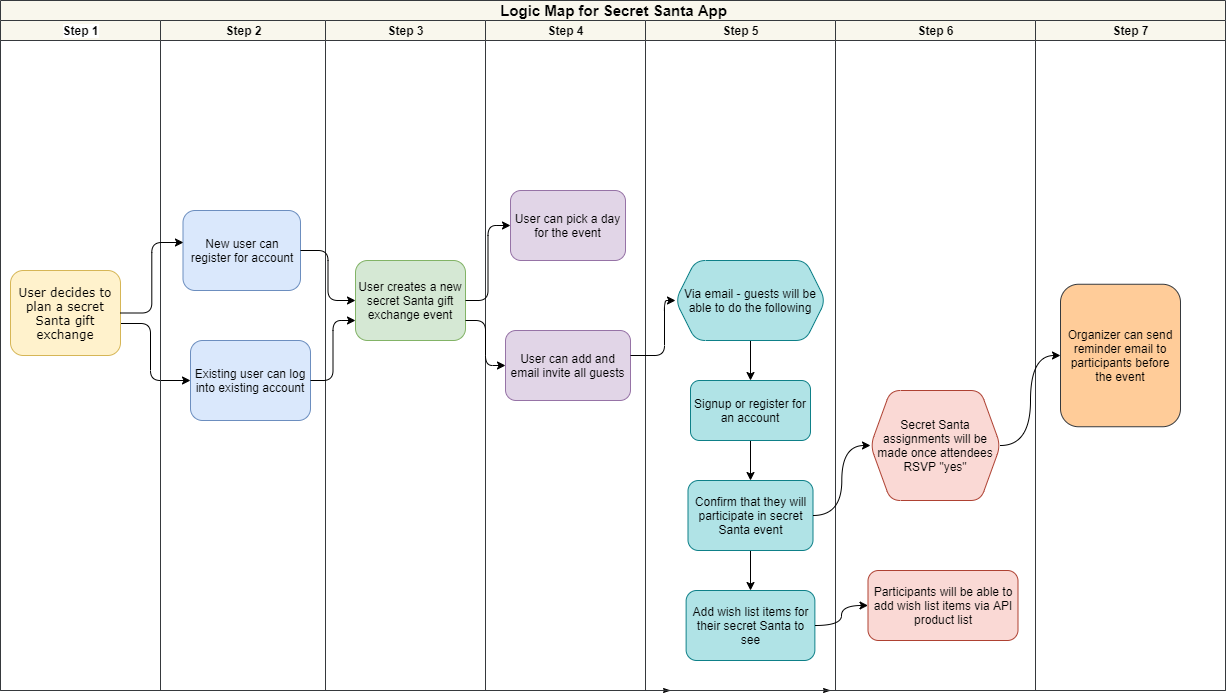
Before: imgs/readme/conceptMap.png, a diagram exported from draw.io (Holiday-Secret-Santa/Secret-Santa-App). Source tidied: cells renumbered, new cells last; positions are measured from the earlier drawing's top-left corner, leaving out a move shared by most shapes. Its diagram source:
```xml
<mxGraphModel background="#ffffff">
  <root>
    <mxCell id="0" />
    <mxCell id="1" parent="0" />
    <mxCell id="2" style="edgeStyle=orthogonalEdgeStyle;rounded=1;jettySize=auto;html=1;entryX=0;entryY=0.5;entryDx=0;entryDy=0;" parent="1" edge="1" target="10">
      <mxGeometry relative="1" as="geometry">
        <mxPoint x="110" y="323" as="sourcePoint" />
      </mxGeometry>
    </mxCell>
    <mxCell id="3" value="&lt;div style=&quot;text-align: left&quot;&gt;&lt;span style=&quot;font-size: 15px ; font-family: &amp;#34;helvetica&amp;#34;&quot;&gt;Logic Map for Secret Santa App&lt;/span&gt;&lt;br&gt;&lt;/div&gt;" style="swimlane;html=1;startSize=20;rounded=0;shadow=0;labelBackgroundColor=none;strokeWidth=1;fontFamily=Helvetica;fontSize=8;align=center;fillColor=#f9f7ed;strokeColor=#36393d;" parent="1" vertex="1">
      <mxGeometry width="1225" height="690" as="geometry" />
    </mxCell>
    <mxCell id="4" value="Step 1" style="swimlane;html=1;startSize=20;labelBackgroundColor=#ffffff;fillColor=#f9f7ed;strokeColor=#36393d;" parent="3" vertex="1">
      <mxGeometry y="20" width="160" height="670" as="geometry" />
    </mxCell>
    <mxCell id="5" value="&lt;font style=&quot;font-size: 12px&quot;&gt;User decides to plan a secret Santa gift exchange&lt;/font&gt;" style="rounded=1;whiteSpace=wrap;html=1;shadow=0;labelBackgroundColor=none;strokeWidth=1;fontFamily=Verdana;fontSize=8;align=center;fillColor=#fff2cc;strokeColor=#d6b656;" parent="4" vertex="1">
      <mxGeometry x="10" y="250" width="110" height="85" as="geometry" />
    </mxCell>
    <mxCell id="6" style="endArrow=classic;html=1;entryX=0.004;entryY=0.65;entryDx=0;entryDy=0;entryPerimeter=0;strokeColor=none;" parent="4" edge="1" target="10">
      <mxGeometry relative="1" as="geometry">
        <mxPoint x="120" y="300" as="sourcePoint" />
      </mxGeometry>
    </mxCell>
    <mxCell id="7" style="edgeStyle=orthogonalEdgeStyle;rounded=1;html=1;labelBackgroundColor=none;startArrow=none;startFill=0;startSize=5;endArrow=classicThin;endFill=1;endSize=5;jettySize=auto;orthogonalLoop=1;strokeWidth=1;fontFamily=Verdana;fontSize=8;" parent="3" edge="1">
      <mxGeometry relative="1" as="geometry">
        <mxPoint x="600" y="690" as="sourcePoint" />
        <mxPoint x="670" y="690" as="targetPoint" />
      </mxGeometry>
    </mxCell>
    <mxCell id="8" style="edgeStyle=orthogonalEdgeStyle;rounded=1;html=1;labelBackgroundColor=none;startArrow=none;startFill=0;startSize=5;endArrow=classicThin;endFill=1;endSize=5;jettySize=auto;orthogonalLoop=1;strokeWidth=1;fontFamily=Verdana;fontSize=8;" parent="3" edge="1">
      <mxGeometry relative="1" as="geometry">
        <mxPoint x="770" y="690" as="sourcePoint" />
        <mxPoint x="830" y="690" as="targetPoint" />
      </mxGeometry>
    </mxCell>
    <mxCell id="9" value="Step 2" style="swimlane;html=1;startSize=20;fillColor=#f9f7ed;strokeColor=#36393d;" parent="3" vertex="1">
      <mxGeometry x="160" y="20" width="165" height="670" as="geometry" />
    </mxCell>
    <mxCell id="10" value="Existing user can log into existing account" style="whiteSpace=wrap;html=1;rounded=1;shadow=0;fontFamily=Helvetica;fontSize=12;strokeWidth=1;fillColor=#dae8fc;strokeColor=#6c8ebf;" parent="9" vertex="1">
      <mxGeometry x="30" y="320" width="120" height="80" as="geometry" />
    </mxCell>
    <mxCell id="11" value="New user can register for account" style="rounded=1;whiteSpace=wrap;html=1;fillColor=#dae8fc;strokeColor=#6c8ebf;" parent="9" vertex="1">
      <mxGeometry x="22.5" y="190" width="117.5" height="80" as="geometry" />
    </mxCell>
    <mxCell id="12" value="Step 3" style="swimlane;html=1;startSize=20;fillColor=#f9f7ed;strokeColor=#36393d;" parent="3" vertex="1">
      <mxGeometry x="325" y="20" width="160" height="670" as="geometry" />
    </mxCell>
    <mxCell id="13" value="User creates a new secret Santa gift exchange event" style="rounded=1;whiteSpace=wrap;html=1;shadow=0;labelBackgroundColor=none;strokeWidth=1;fontFamily=Helvetica;fontSize=12;align=center;fillColor=#d5e8d4;strokeColor=#82b366;" parent="12" vertex="1">
      <mxGeometry x="30" y="240" width="110" height="80" as="geometry" />
    </mxCell>
    <mxCell id="14" value="Step 4" style="swimlane;html=1;startSize=20;fillColor=#f9f7ed;strokeColor=#36393d;" parent="3" vertex="1">
      <mxGeometry x="485" y="20" width="160" height="670" as="geometry" />
    </mxCell>
    <mxCell id="15" value="&lt;font face=&quot;Helvetica&quot; style=&quot;font-size: 12px&quot;&gt;User can pick a day for the event&lt;/font&gt;" style="rounded=1;whiteSpace=wrap;html=1;shadow=0;labelBackgroundColor=none;strokeWidth=1;fontFamily=Verdana;fontSize=8;align=center;fillColor=#e1d5e7;strokeColor=#9673a6;" parent="14" vertex="1">
      <mxGeometry x="25" y="170" width="115" height="70" as="geometry" />
    </mxCell>
    <mxCell id="16" value="&lt;font face=&quot;Helvetica&quot; style=&quot;font-size: 12px&quot;&gt;User can add and email invite all guests&lt;/font&gt;" style="rounded=1;whiteSpace=wrap;html=1;shadow=0;labelBackgroundColor=none;strokeWidth=1;fontFamily=Verdana;fontSize=8;align=center;fillColor=#e1d5e7;strokeColor=#9673a6;" parent="14" vertex="1">
      <mxGeometry x="20" y="310" width="125" height="70" as="geometry" />
    </mxCell>
    <mxCell id="17" value="Step 5" style="swimlane;html=1;startSize=20;fillColor=#f9f7ed;strokeColor=#36393d;" parent="3" vertex="1">
      <mxGeometry x="645" y="20" width="190" height="670" as="geometry" />
    </mxCell>
    <mxCell id="18" style="edgeStyle=orthogonalEdgeStyle;rounded=1;jettySize=auto;html=1;entryX=0;entryY=0.5;entryDx=0;entryDy=0;exitX=1;exitY=0.5;exitDx=0;exitDy=0;" parent="17" edge="1" target="23">
      <mxGeometry relative="1" as="geometry">
        <mxPoint x="-15" y="335" as="sourcePoint" />
        <Array as="points">
          <mxPoint x="19" y="335" />
          <mxPoint x="19" y="280" />
        </Array>
      </mxGeometry>
    </mxCell>
    <mxCell id="19" style="edgeStyle=orthogonalEdgeStyle;curved=1;jettySize=auto;html=1;strokeColor=#000000;fontFamily=Helvetica;fontSize=12;" parent="17" edge="1" source="23" target="22">
      <mxGeometry relative="1" as="geometry" />
    </mxCell>
    <mxCell id="20" style="edgeStyle=orthogonalEdgeStyle;curved=1;jettySize=auto;html=1;strokeColor=#000000;fontFamily=Helvetica;fontSize=12;" parent="17" edge="1" source="22" target="24">
      <mxGeometry relative="1" as="geometry" />
    </mxCell>
    <mxCell id="21" style="edgeStyle=orthogonalEdgeStyle;curved=1;jettySize=auto;html=1;strokeColor=#000000;fontFamily=Helvetica;fontSize=12;" parent="17" edge="1" source="24" target="25">
      <mxGeometry relative="1" as="geometry" />
    </mxCell>
    <mxCell id="22" value="&lt;font face=&quot;Helvetica&quot; style=&quot;font-size: 12px&quot;&gt;Signup or register for an account&lt;/font&gt;" style="whiteSpace=wrap;html=1;rounded=1;shadow=0;fontFamily=Verdana;fontSize=8;strokeWidth=1;fillColor=#b0e3e6;strokeColor=#0e8088;" parent="17" vertex="1">
      <mxGeometry x="45" y="360" width="120" height="60" as="geometry" />
    </mxCell>
    <mxCell id="23" value="&lt;font style=&quot;font-size: 12px&quot; face=&quot;Helvetica&quot;&gt;Via email - guests will be able to do the following&lt;/font&gt;" style="shape=hexagon;perimeter=hexagonPerimeter2;whiteSpace=wrap;html=1;fixedSize=1;rounded=1;shadow=0;fontFamily=Verdana;fontSize=8;strokeWidth=1;fillColor=#b0e3e6;strokeColor=#0e8088;" parent="17" vertex="1">
      <mxGeometry x="30" y="240" width="150" height="80" as="geometry" />
    </mxCell>
    <mxCell id="24" value="&lt;font style=&quot;font-size: 12px&quot; face=&quot;Helvetica&quot;&gt;Confirm that they will participate in secret Santa event&lt;/font&gt;" style="whiteSpace=wrap;html=1;rounded=1;shadow=0;fontFamily=Verdana;fontSize=8;strokeWidth=1;fillColor=#b0e3e6;strokeColor=#0e8088;" parent="17" vertex="1">
      <mxGeometry x="42.5" y="460" width="125" height="70" as="geometry" />
    </mxCell>
    <mxCell id="25" value="&lt;font style=&quot;font-size: 12px&quot; face=&quot;Helvetica&quot;&gt;Add wish list items for their secret Santa to see&lt;/font&gt;" style="whiteSpace=wrap;html=1;rounded=1;shadow=0;fontFamily=Verdana;fontSize=8;strokeWidth=1;fillColor=#b0e3e6;strokeColor=#0e8088;" parent="17" vertex="1">
      <mxGeometry x="40.6" y="570" width="128.8" height="70" as="geometry" />
    </mxCell>
    <mxCell id="26" value="Step 6" style="swimlane;html=1;startSize=20;fillColor=#f9f7ed;strokeColor=#36393d;" parent="3" vertex="1">
      <mxGeometry x="835" y="20" width="200" height="670" as="geometry" />
    </mxCell>
    <mxCell id="27" value="&lt;font face=&quot;Helvetica&quot; style=&quot;font-size: 12px&quot;&gt;Participants will be able to add wish list items via API product list&lt;/font&gt;" style="whiteSpace=wrap;html=1;rounded=1;shadow=0;fontFamily=Verdana;fontSize=8;strokeWidth=1;fillColor=#fad9d5;strokeColor=#ae4132;" parent="26" vertex="1">
      <mxGeometry x="32.5" y="550" width="150" height="70" as="geometry" />
    </mxCell>
    <mxCell id="28" value="&lt;span style=&quot;font-family: &amp;#34;helvetica&amp;#34; ; font-size: 12px&quot;&gt;Secret Santa assignments will be made once attendees RSVP &quot;yes&quot;&lt;/span&gt;" style="shape=hexagon;perimeter=hexagonPerimeter2;whiteSpace=wrap;html=1;fixedSize=1;rounded=1;shadow=0;fontFamily=Verdana;fontSize=8;strokeWidth=1;fillColor=#fad9d5;strokeColor=#ae4132;" parent="26" vertex="1">
      <mxGeometry x="35" y="370" width="130" height="110" as="geometry" />
    </mxCell>
    <mxCell id="29" value="Step 7" style="swimlane;html=1;startSize=20;fillColor=#f9f7ed;strokeColor=#36393d;" parent="3" vertex="1">
      <mxGeometry x="1035" y="20" width="190" height="670" as="geometry" />
    </mxCell>
    <mxCell id="30" value="&lt;p&gt;&lt;font style=&quot;font-size: 12px&quot; face=&quot;Helvetica&quot;&gt;Organizer can send reminder email to participants before the event&lt;/font&gt;&lt;/p&gt;" style="rectangle;whiteSpace=wrap;html=1;rounded=1;shadow=0;fontFamily=Verdana;fontSize=8;strokeWidth=1;fillColor=#ffcc99;strokeColor=#36393d;" parent="29" vertex="1">
      <mxGeometry x="25" y="263.8" width="120" height="142.5" as="geometry" />
    </mxCell>
    <mxCell id="31" style="edgeStyle=orthogonalEdgeStyle;rounded=1;jettySize=auto;html=1;entryX=0.004;entryY=0.4;entryDx=0;entryDy=0;entryPerimeter=0;" parent="3" edge="1" source="5" target="11">
      <mxGeometry relative="1" as="geometry" />
    </mxCell>
    <mxCell id="32" style="edgeStyle=orthogonalEdgeStyle;rounded=1;jettySize=auto;html=1;entryX=0;entryY=0.5;entryDx=0;entryDy=0;exitX=1;exitY=0.5;exitDx=0;exitDy=0;" parent="3" edge="1" source="11" target="13">
      <mxGeometry relative="1" as="geometry" />
    </mxCell>
    <mxCell id="33" style="edgeStyle=orthogonalEdgeStyle;rounded=1;jettySize=auto;html=1;entryX=0;entryY=0.75;entryDx=0;entryDy=0;exitX=1;exitY=0.5;exitDx=0;exitDy=0;" parent="3" edge="1" source="10" target="13">
      <mxGeometry relative="1" as="geometry" />
    </mxCell>
    <mxCell id="34" style="edgeStyle=orthogonalEdgeStyle;rounded=1;jettySize=auto;html=1;entryX=0;entryY=0.5;entryDx=0;entryDy=0;exitX=1;exitY=0.5;exitDx=0;exitDy=0;" parent="3" edge="1" source="13" target="15">
      <mxGeometry relative="1" as="geometry" />
    </mxCell>
    <mxCell id="35" style="edgeStyle=orthogonalEdgeStyle;rounded=1;jettySize=auto;html=1;entryX=0;entryY=0.5;entryDx=0;entryDy=0;exitX=1;exitY=0.75;exitDx=0;exitDy=0;" parent="3" edge="1" source="13" target="16">
      <mxGeometry relative="1" as="geometry" />
    </mxCell>
    <mxCell id="36" style="edgeStyle=orthogonalEdgeStyle;curved=1;jettySize=auto;html=1;strokeColor=#000000;fontFamily=Helvetica;fontSize=12;entryX=0;entryY=0.5;entryDx=0;entryDy=0;exitX=1;exitY=0.5;exitDx=0;exitDy=0;" parent="3" edge="1" source="24" target="28">
      <mxGeometry relative="1" as="geometry" />
    </mxCell>
    <mxCell id="37" style="edgeStyle=orthogonalEdgeStyle;curved=1;jettySize=auto;html=1;strokeColor=#000000;fontFamily=Helvetica;fontSize=12;entryX=0;entryY=0.5;entryDx=0;entryDy=0;" parent="3" edge="1" source="25" target="27">
      <mxGeometry relative="1" as="geometry" />
    </mxCell>
    <mxCell id="38" style="edgeStyle=orthogonalEdgeStyle;curved=1;jettySize=auto;html=1;strokeColor=#000000;fontFamily=Helvetica;fontSize=12;entryX=0;entryY=0.5;entryDx=0;entryDy=0;exitX=1;exitY=0.5;exitDx=0;exitDy=0;" parent="3" edge="1" source="28" target="30">
      <mxGeometry relative="1" as="geometry" />
    </mxCell>
  </root>
</mxGraphModel>
```
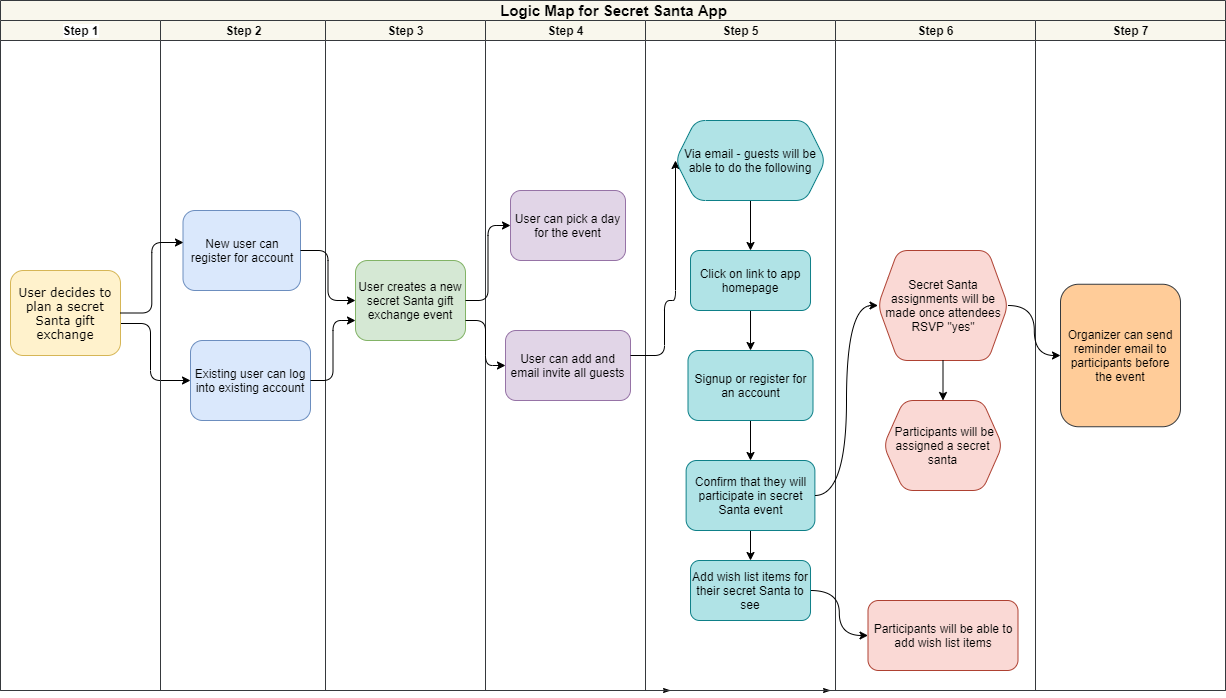
After the change.

Commit message:
updated action diagram

Diff of the diagram source:
```diff
@@ -78,27 +78,39 @@
     <mxCell id="21" style="edgeStyle=orthogonalEdgeStyle;curved=1;jettySize=auto;html=1;strokeColor=#000000;fontFamily=Helvetica;fontSize=12;" parent="17" edge="1" source="24" target="25">
       <mxGeometry relative="1" as="geometry" />
     </mxCell>
+    <mxCell id="23" value="&lt;font style=&quot;font-size: 12px&quot; face=&quot;Helvetica&quot;&gt;Via email - guests will be able to do the following&lt;/font&gt;" style="shape=hexagon;perimeter=hexagonPerimeter2;whiteSpace=wrap;html=1;fixedSize=1;rounded=1;shadow=0;fontFamily=Verdana;fontSize=8;strokeWidth=1;fillColor=#b0e3e6;strokeColor=#0e8088;" parent="17" vertex="1">
+      <mxGeometry x="30" y="100" width="150" height="80" as="geometry" />
+    </mxCell>
+    <mxCell id="39" style="edgeStyle=orthogonalEdgeStyle;rounded=0;jettySize=auto;html=1;" parent="17" edge="1" source="25" target="40">
+      <mxGeometry relative="1" as="geometry" />
+    </mxCell>
-    <mxCell id="22" value="&lt;font face=&quot;Helvetica&quot; style=&quot;font-size: 12px&quot;&gt;Signup or register for an account&lt;/font&gt;" style="whiteSpace=wrap;html=1;rounded=1;shadow=0;fontFamily=Verdana;fontSize=8;strokeWidth=1;fillColor=#b0e3e6;strokeColor=#0e8088;" parent="17" vertex="1">
-      <mxGeometry x="45" y="360" width="120" height="60" as="geometry" />
+    <mxCell id="22" value="&lt;font face=&quot;Helvetica&quot; style=&quot;font-size: 12px&quot;&gt;Click on link to app homepage&lt;/font&gt;" style="whiteSpace=wrap;html=1;rounded=1;shadow=0;fontFamily=Verdana;fontSize=8;strokeWidth=1;fillColor=#b0e3e6;strokeColor=#0e8088;" parent="17" vertex="1">
+      <mxGeometry x="45" y="230" width="120" height="60" as="geometry" />
     </mxCell>
-    <mxCell id="23" value="&lt;font style=&quot;font-size: 12px&quot; face=&quot;Helvetica&quot;&gt;Via email - guests will be able to do the following&lt;/font&gt;" style="shape=hexagon;perimeter=hexagonPerimeter2;whiteSpace=wrap;html=1;fixedSize=1;rounded=1;shadow=0;fontFamily=Verdana;fontSize=8;strokeWidth=1;fillColor=#b0e3e6;strokeColor=#0e8088;" parent="17" vertex="1">
-      <mxGeometry x="30" y="240" width="150" height="80" as="geometry" />
-    </mxCell>
-    <mxCell id="24" value="&lt;font style=&quot;font-size: 12px&quot; face=&quot;Helvetica&quot;&gt;Confirm that they will participate in secret Santa event&lt;/font&gt;" style="whiteSpace=wrap;html=1;rounded=1;shadow=0;fontFamily=Verdana;fontSize=8;strokeWidth=1;fillColor=#b0e3e6;strokeColor=#0e8088;" parent="17" vertex="1">
-      <mxGeometry x="42.5" y="460" width="125" height="70" as="geometry" />
+    <mxCell id="24" value="&lt;span style=&quot;font-family: &amp;#34;helvetica&amp;#34; ; font-size: 12px&quot;&gt;Signup or register for an account&lt;/span&gt;" style="whiteSpace=wrap;html=1;rounded=1;shadow=0;fontFamily=Verdana;fontSize=8;strokeWidth=1;fillColor=#b0e3e6;strokeColor=#0e8088;" parent="17" vertex="1">
+      <mxGeometry x="42.5" y="330" width="125" height="70" as="geometry" />
     </mxCell>
-    <mxCell id="25" value="&lt;font style=&quot;font-size: 12px&quot; face=&quot;Helvetica&quot;&gt;Add wish list items for their secret Santa to see&lt;/font&gt;" style="whiteSpace=wrap;html=1;rounded=1;shadow=0;fontFamily=Verdana;fontSize=8;strokeWidth=1;fillColor=#b0e3e6;strokeColor=#0e8088;" parent="17" vertex="1">
-      <mxGeometry x="40.6" y="570" width="128.8" height="70" as="geometry" />
+    <mxCell id="25" value="&lt;span style=&quot;font-family: &amp;#34;helvetica&amp;#34; ; font-size: 12px&quot;&gt;Confirm that they will participate in secret Santa event&lt;/span&gt;" style="whiteSpace=wrap;html=1;rounded=1;shadow=0;fontFamily=Verdana;fontSize=8;strokeWidth=1;fillColor=#b0e3e6;strokeColor=#0e8088;" parent="17" vertex="1">
+      <mxGeometry x="40.6" y="440" width="128.8" height="70" as="geometry" />
     </mxCell>
+    <mxCell id="40" value="&lt;span style=&quot;font-family: &amp;#34;helvetica&amp;#34; ; font-size: 12px&quot;&gt;Add wish list items for their secret Santa to see&lt;/span&gt;" style="whiteSpace=wrap;html=1;rounded=1;shadow=0;fontFamily=Verdana;fontSize=8;strokeColor=#0e8088;strokeWidth=1;fillColor=#b0e3e6;" parent="17" vertex="1">
+      <mxGeometry x="45" y="540" width="120" height="60" as="geometry" />
+    </mxCell>
     <mxCell id="26" value="Step 6" style="swimlane;html=1;startSize=20;fillColor=#f9f7ed;strokeColor=#36393d;" parent="3" vertex="1">
       <mxGeometry x="835" y="20" width="200" height="670" as="geometry" />
     </mxCell>
-    <mxCell id="27" value="&lt;font face=&quot;Helvetica&quot; style=&quot;font-size: 12px&quot;&gt;Participants will be able to add wish list items via API product list&lt;/font&gt;" style="whiteSpace=wrap;html=1;rounded=1;shadow=0;fontFamily=Verdana;fontSize=8;strokeWidth=1;fillColor=#fad9d5;strokeColor=#ae4132;" parent="26" vertex="1">
-      <mxGeometry x="32.5" y="550" width="150" height="70" as="geometry" />
+    <mxCell id="27" value="&lt;font face=&quot;Helvetica&quot; style=&quot;font-size: 12px&quot;&gt;Participants will be able to add wish list items&lt;/font&gt;" style="whiteSpace=wrap;html=1;rounded=1;shadow=0;fontFamily=Verdana;fontSize=8;strokeWidth=1;fillColor=#fad9d5;strokeColor=#ae4132;" parent="26" vertex="1">
+      <mxGeometry x="32.5" y="580" width="150" height="70" as="geometry" />
     </mxCell>
     <mxCell id="28" value="&lt;span style=&quot;font-family: &amp;#34;helvetica&amp;#34; ; font-size: 12px&quot;&gt;Secret Santa assignments will be made once attendees RSVP &quot;yes&quot;&lt;/span&gt;" style="shape=hexagon;perimeter=hexagonPerimeter2;whiteSpace=wrap;html=1;fixedSize=1;rounded=1;shadow=0;fontFamily=Verdana;fontSize=8;strokeWidth=1;fillColor=#fad9d5;strokeColor=#ae4132;" parent="26" vertex="1">
-      <mxGeometry x="35" y="370" width="130" height="110" as="geometry" />
+      <mxGeometry x="42.5" y="230" width="130" height="110" as="geometry" />
     </mxCell>
+    <mxCell id="41" style="edgeStyle=orthogonalEdgeStyle;rounded=0;jettySize=auto;html=1;" parent="26" edge="1" source="28" target="42">
+      <mxGeometry relative="1" as="geometry" />
+    </mxCell>
+    <mxCell id="42" value="&lt;span&gt;&lt;font style=&quot;font-size: 12px&quot; face=&quot;Helvetica&quot;&gt;&amp;nbsp;Participants will be assigned a secret santa&lt;/font&gt;&lt;/span&gt;" style="shape=hexagon;perimeter=hexagonPerimeter2;whiteSpace=wrap;html=1;fixedSize=1;rounded=1;shadow=0;fontFamily=Verdana;fontSize=8;strokeColor=#ae4132;strokeWidth=1;fillColor=#fad9d5;" parent="26" vertex="1">
+      <mxGeometry x="48.1" y="380" width="118.8" height="90" as="geometry" />
+    </mxCell>
     <mxCell id="29" value="Step 7" style="swimlane;html=1;startSize=20;fillColor=#f9f7ed;strokeColor=#36393d;" parent="3" vertex="1">
       <mxGeometry x="1035" y="20" width="190" height="670" as="geometry" />
     </mxCell>
@@ -120,10 +132,10 @@
     <mxCell id="35" style="edgeStyle=orthogonalEdgeStyle;rounded=1;jettySize=auto;html=1;entryX=0;entryY=0.5;entryDx=0;entryDy=0;exitX=1;exitY=0.75;exitDx=0;exitDy=0;" parent="3" edge="1" source="13" target="16">
       <mxGeometry relative="1" as="geometry" />
     </mxCell>
-    <mxCell id="36" style="edgeStyle=orthogonalEdgeStyle;curved=1;jettySize=auto;html=1;strokeColor=#000000;fontFamily=Helvetica;fontSize=12;entryX=0;entryY=0.5;entryDx=0;entryDy=0;exitX=1;exitY=0.5;exitDx=0;exitDy=0;" parent="3" edge="1" source="24" target="28">
+    <mxCell id="36" style="edgeStyle=orthogonalEdgeStyle;curved=1;jettySize=auto;html=1;strokeColor=#000000;fontFamily=Helvetica;fontSize=12;entryX=0;entryY=0.5;entryDx=0;entryDy=0;exitX=1;exitY=0.5;exitDx=0;exitDy=0;" parent="3" edge="1" source="25" target="28">
       <mxGeometry relative="1" as="geometry" />
     </mxCell>
-    <mxCell id="37" style="edgeStyle=orthogonalEdgeStyle;curved=1;jettySize=auto;html=1;strokeColor=#000000;fontFamily=Helvetica;fontSize=12;entryX=0;entryY=0.5;entryDx=0;entryDy=0;" parent="3" edge="1" source="25" target="27">
+    <mxCell id="37" style="edgeStyle=orthogonalEdgeStyle;curved=1;jettySize=auto;html=1;strokeColor=#000000;fontFamily=Helvetica;fontSize=12;entryX=0;entryY=0.5;entryDx=0;entryDy=0;exitX=1;exitY=0.5;exitDx=0;exitDy=0;" parent="3" edge="1" source="40" target="27">
       <mxGeometry relative="1" as="geometry" />
     </mxCell>
     <mxCell id="38" style="edgeStyle=orthogonalEdgeStyle;curved=1;jettySize=auto;html=1;strokeColor=#000000;fontFamily=Helvetica;fontSize=12;entryX=0;entryY=0.5;entryDx=0;entryDy=0;exitX=1;exitY=0.5;exitDx=0;exitDy=0;" parent="3" edge="1" source="28" target="30">
```
